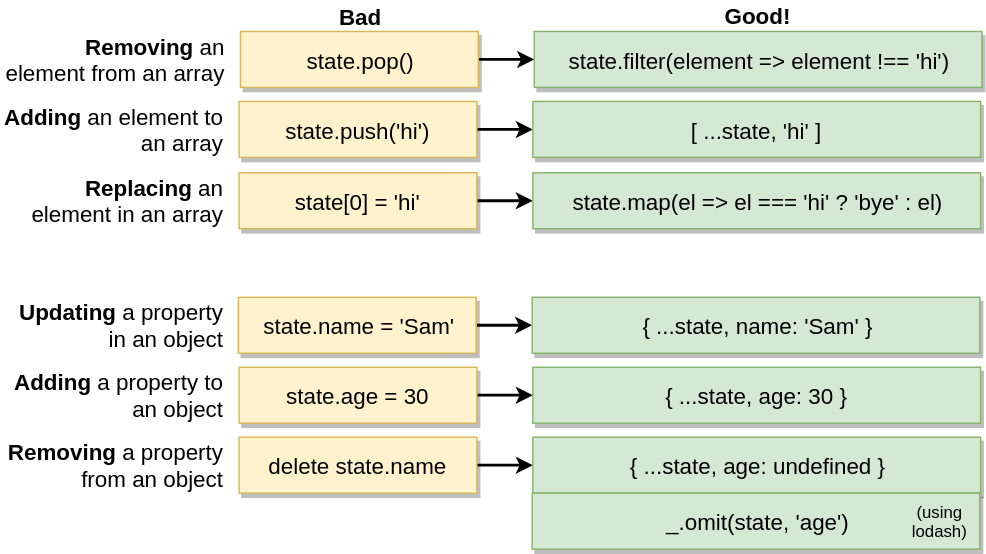
The draw.io diagram diagrams/reducers-how-to-avoid-mutating-state.svg in serodriguez68/react-cheatsheet-udemy-2019, before a commit. Source tidied: cells renumbered, new cells last; positions are measured from the earlier drawing's top-left corner, leaving out a move shared by most shapes.
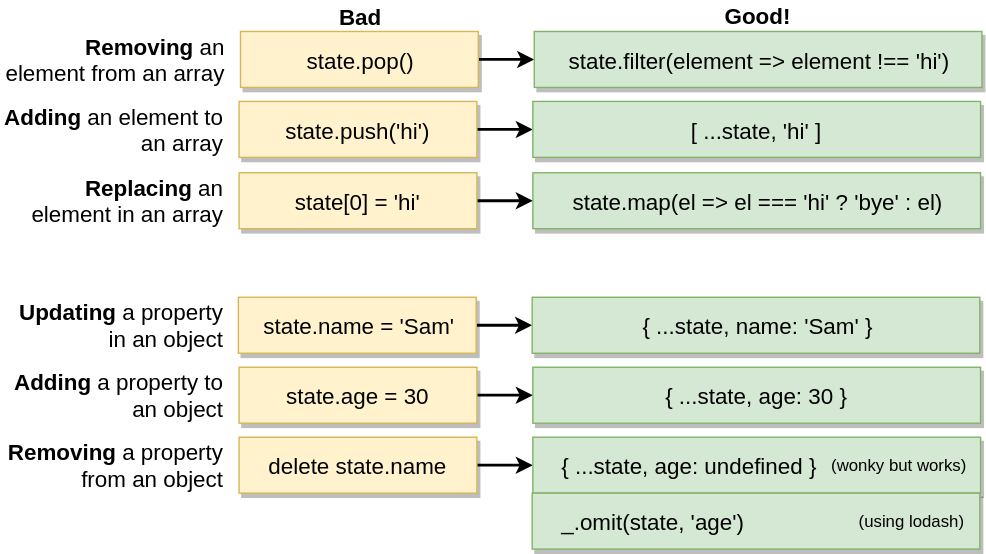
After the commit.

The edit, as a diff of the source:
```diff
@@ -74,17 +74,20 @@
     <mxCell id="25" value="delete state.name" style="rounded=0;whiteSpace=wrap;html=1;fontSize=16;shadow=1;fillColor=#fff2cc;strokeColor=#d6b656;" parent="1" vertex="1">
       <mxGeometry x="169" y="312" width="170" height="40" as="geometry" />
     </mxCell>
-    <mxCell id="26" value="{ ...state, age: undefined }" style="rounded=0;whiteSpace=wrap;html=1;fontSize=16;shadow=1;fillColor=#d5e8d4;strokeColor=#82b366;" parent="1" vertex="1">
+    <mxCell id="26" value="&amp;nbsp; &amp;nbsp; { ...state, age: undefined }" style="rounded=0;whiteSpace=wrap;html=1;fontSize=16;shadow=1;fillColor=#d5e8d4;strokeColor=#82b366;align=left;" parent="1" vertex="1">
       <mxGeometry x="379" y="312" width="320" height="40" as="geometry" />
     </mxCell>
     <mxCell id="27" value="&lt;b&gt;Removing &lt;/b&gt;a property from an object" style="text;html=1;strokeColor=none;fillColor=none;align=right;verticalAlign=middle;whiteSpace=wrap;rounded=0;shadow=1;fontSize=16;" parent="1" vertex="1">
       <mxGeometry y="322" width="160" height="20" as="geometry" />
     </mxCell>
-    <mxCell id="28" value="_.omit(state, 'age')" style="rounded=0;whiteSpace=wrap;html=1;fontSize=16;shadow=1;fillColor=#d5e8d4;strokeColor=#82b366;" parent="1" vertex="1">
+    <mxCell id="28" value="&amp;nbsp; &amp;nbsp; _.omit(state, 'age')" style="rounded=0;whiteSpace=wrap;html=1;fontSize=16;shadow=1;fillColor=#d5e8d4;strokeColor=#82b366;align=left;" parent="1" vertex="1">
       <mxGeometry x="378.5" y="352" width="320" height="40" as="geometry" />
     </mxCell>
     <mxCell id="29" value="(using lodash)" style="text;html=1;strokeColor=none;fillColor=none;align=center;verticalAlign=middle;whiteSpace=wrap;rounded=0;" parent="1" vertex="1">
-      <mxGeometry x="650" y="362" width="40" height="20" as="geometry" />
+      <mxGeometry x="610" y="362" width="80" height="20" as="geometry" />
     </mxCell>
+    <mxCell id="30" value="(wonky but works)" style="text;html=1;strokeColor=none;fillColor=none;align=center;verticalAlign=middle;whiteSpace=wrap;rounded=0;" parent="1" vertex="1">
+      <mxGeometry x="590" y="322" width="100" height="20" as="geometry" />
+    </mxCell>
   </root>
 </mxGraphModel>
```
